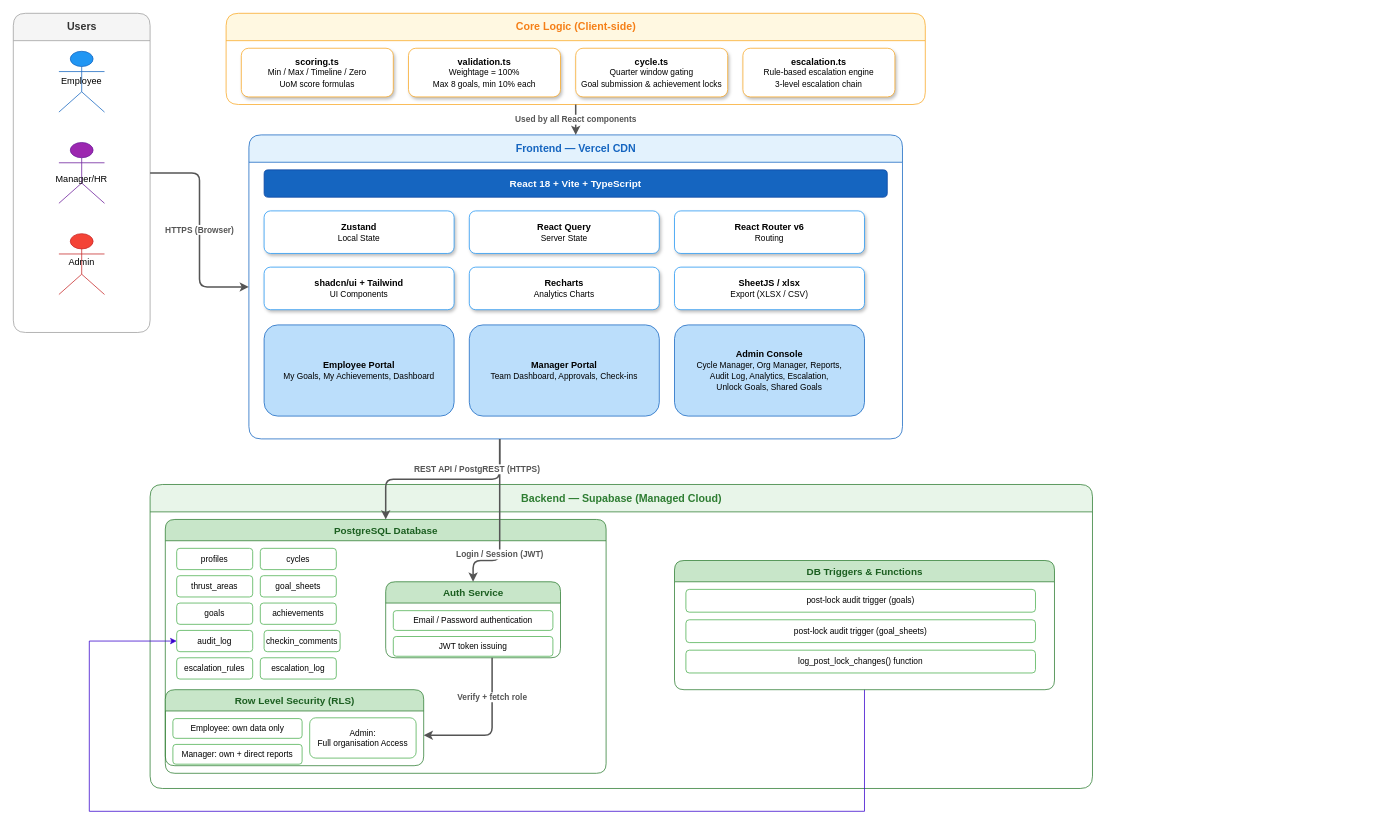
Above: docs/architecture.drawio in vikki-111/goalpilot (draw.io), before the change. Source tidied: cells renumbered, new cells numbered last; positions are measured from the earlier drawing's top-left corner, leaving out a move shared by most shapes. Both pictures are drawn from the tidied source at 76%, with x=0, y=0 at pixel (13, 13).
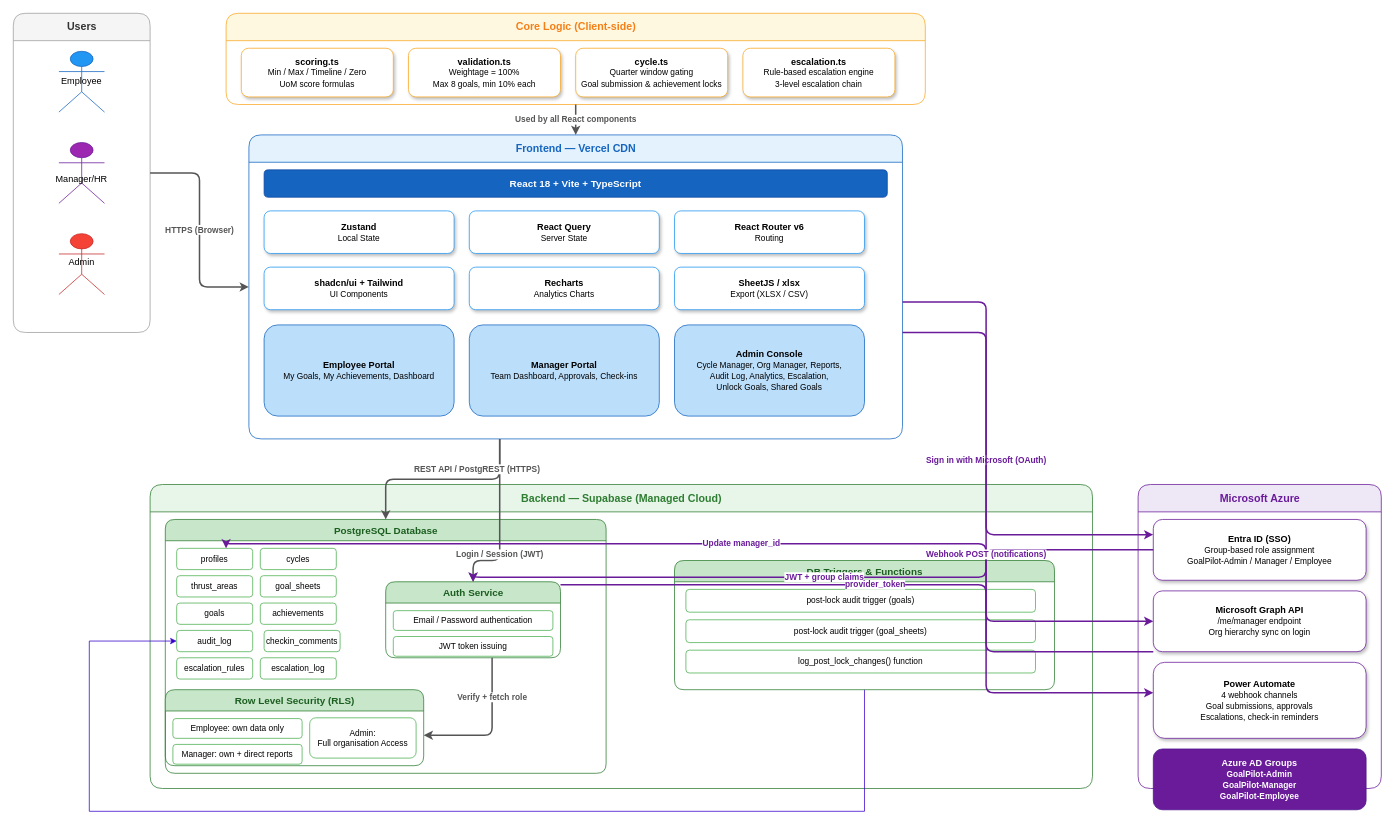
Above is the later version.

Commit message:
docs: add Microsoft Azure zone to architecture diagram with Entra ID, Graph API, Power Automate, and AD Groups

Unchanged cells that the change refers to:
```xml
<mxCell id="14" value="Frontend — Vercel CDN" style="swimlane;startSize=36;fillColor=#E3F2FD;strokeColor=#1565C0;fontColor=#1565C0;fontStyle=1;fontSize=14;html=1;rounded=1;" parent="1" vertex="1">
  <mxGeometry x="310" y="160" width="860" height="400" as="geometry" />
</mxCell>
<mxCell id="27" value="profiles" style="rounded=1;whiteSpace=wrap;html=1;fillColor=#ffffff;strokeColor=#4CAF50;fontSize=11;" parent="26" vertex="1">
  <mxGeometry x="15" y="38" width="100" height="28" as="geometry" />
</mxCell>
<mxCell id="41" value="Auth Service" style="swimlane;startSize=28;fillColor=#C8E6C9;strokeColor=#2E7D32;fontColor=#1B5E20;fontStyle=1;fontSize=13;html=1;rounded=1;" parent="26" vertex="1">
  <mxGeometry x="290" y="82" width="230" height="100" as="geometry" />
</mxCell>
```

Change to the diagram source:
```diff
@@
+    <mxCell id="54" value="Microsoft Azure" style="swimlane;startSize=36;fillColor=#EDE7F6;strokeColor=#6A1B9A;fontColor=#6A1B9A;fontStyle=1;fontSize=14;html=1;rounded=1;" parent="1" vertex="1">
+      <mxGeometry x="1480" y="620" width="320" height="400" as="geometry" />
+    </mxCell>
+    <mxCell id="55" value="&lt;b&gt;Entra ID (SSO)&lt;/b&gt;&lt;br&gt;&lt;font style=&quot;font-size:11px&quot;&gt;Group-based role assignment&lt;br&gt;GoalPilot-Admin / Manager / Employee&lt;/font&gt;" style="rounded=1;whiteSpace=wrap;html=1;fillColor=#ffffff;strokeColor=#6A1B9A;fontSize=12;shadow=1;" parent="54" vertex="1">
+      <mxGeometry x="20" y="46" width="280" height="80" as="geometry" />
+    </mxCell>
+    <mxCell id="56" value="&lt;b&gt;Microsoft Graph API&lt;/b&gt;&lt;br&gt;&lt;font style=&quot;font-size:11px&quot;&gt;/me/manager endpoint&lt;br&gt;Org hierarchy sync on login&lt;/font&gt;" style="rounded=1;whiteSpace=wrap;html=1;fillColor=#ffffff;strokeColor=#6A1B9A;fontSize=12;shadow=1;" parent="54" vertex="1">
+      <mxGeometry x="20" y="140" width="280" height="80" as="geometry" />
+    </mxCell>
+    <mxCell id="57" value="&lt;b&gt;Power Automate&lt;/b&gt;&lt;br&gt;&lt;font style=&quot;font-size:11px&quot;&gt;4 webhook channels&lt;br&gt;Goal submissions, approvals&lt;br&gt;Escalations, check-in reminders&lt;/font&gt;" style="rounded=1;whiteSpace=wrap;html=1;fillColor=#ffffff;strokeColor=#6A1B9A;fontSize=12;shadow=1;" parent="54" vertex="1">
+      <mxGeometry x="20" y="234" width="280" height="100" as="geometry" />
+    </mxCell>
+    <mxCell id="58" value="&lt;b&gt;Azure AD Groups&lt;/b&gt;&lt;br&gt;&lt;font style=&quot;font-size:11px&quot;&gt;GoalPilot-Admin&lt;br&gt;GoalPilot-Manager&lt;br&gt;GoalPilot-Employee&lt;/font&gt;" style="rounded=1;whiteSpace=wrap;html=1;fillColor=#6A1B9A;strokeColor=#4A148C;fontColor=#ffffff;fontSize=12;fontStyle=1;" parent="54" vertex="1">
+      <mxGeometry x="20" y="348" width="280" height="80" as="geometry" />
+    </mxCell>
+    <mxCell id="59" value="Sign in with Microsoft (OAuth)" style="edgeStyle=orthogonalEdgeStyle;rounded=1;html=1;strokeColor=#6A1B9A;strokeWidth=2;endArrow=classic;fontSize=11;fontColor=#6A1B9A;fontStyle=1;" parent="1" edge="1" source="14" target="55">
+      <mxGeometry relative="1" as="geometry">
+        <Array as="points">
+          <mxPoint x="1280" y="380" />
+          <mxPoint x="1280" y="686" />
+        </Array>
+      </mxGeometry>
+    </mxCell>
+    <mxCell id="60" value="JWT + group claims" style="edgeStyle=orthogonalEdgeStyle;rounded=1;html=1;strokeColor=#6A1B9A;strokeWidth=2;endArrow=classic;fontSize=11;fontColor=#6A1B9A;fontStyle=1;" parent="1" edge="1" source="55" target="41">
+      <mxGeometry relative="1" as="geometry">
+        <Array as="points">
+          <mxPoint x="1280" y="706" />
+          <mxPoint x="1280" y="742" />
+        </Array>
+      </mxGeometry>
+    </mxCell>
+    <mxCell id="61" value="provider_token" style="edgeStyle=orthogonalEdgeStyle;rounded=1;html=1;strokeColor=#6A1B9A;strokeWidth=2;endArrow=classic;fontSize=11;fontColor=#6A1B9A;fontStyle=1;" parent="1" edge="1" source="41" target="56">
+      <mxGeometry relative="1" as="geometry">
+        <Array as="points">
+          <mxPoint x="1280" y="752" />
+          <mxPoint x="1280" y="800" />
+        </Array>
+      </mxGeometry>
+    </mxCell>
+    <mxCell id="62" value="Update manager_id" style="edgeStyle=orthogonalEdgeStyle;rounded=1;html=1;strokeColor=#6A1B9A;strokeWidth=2;endArrow=classic;fontSize=11;fontColor=#6A1B9A;fontStyle=1;" parent="1" edge="1" source="56" target="27">
+      <mxGeometry relative="1" as="geometry">
+        <Array as="points">
+          <mxPoint x="1280" y="840" />
+          <mxPoint x="1280" y="698" />
+          <mxPoint x="280" y="698" />
+        </Array>
+      </mxGeometry>
+    </mxCell>
+    <mxCell id="63" value="Webhook POST (notifications)" style="edgeStyle=orthogonalEdgeStyle;rounded=1;html=1;strokeColor=#6A1B9A;strokeWidth=2;endArrow=classic;fontSize=11;fontColor=#6A1B9A;fontStyle=1;" parent="1" edge="1" source="14" target="57">
+      <mxGeometry relative="1" as="geometry">
+        <Array as="points">
+          <mxPoint x="1280" y="420" />
+          <mxPoint x="1280" y="894" />
+        </Array>
+      </mxGeometry>
+    </mxCell>
```
